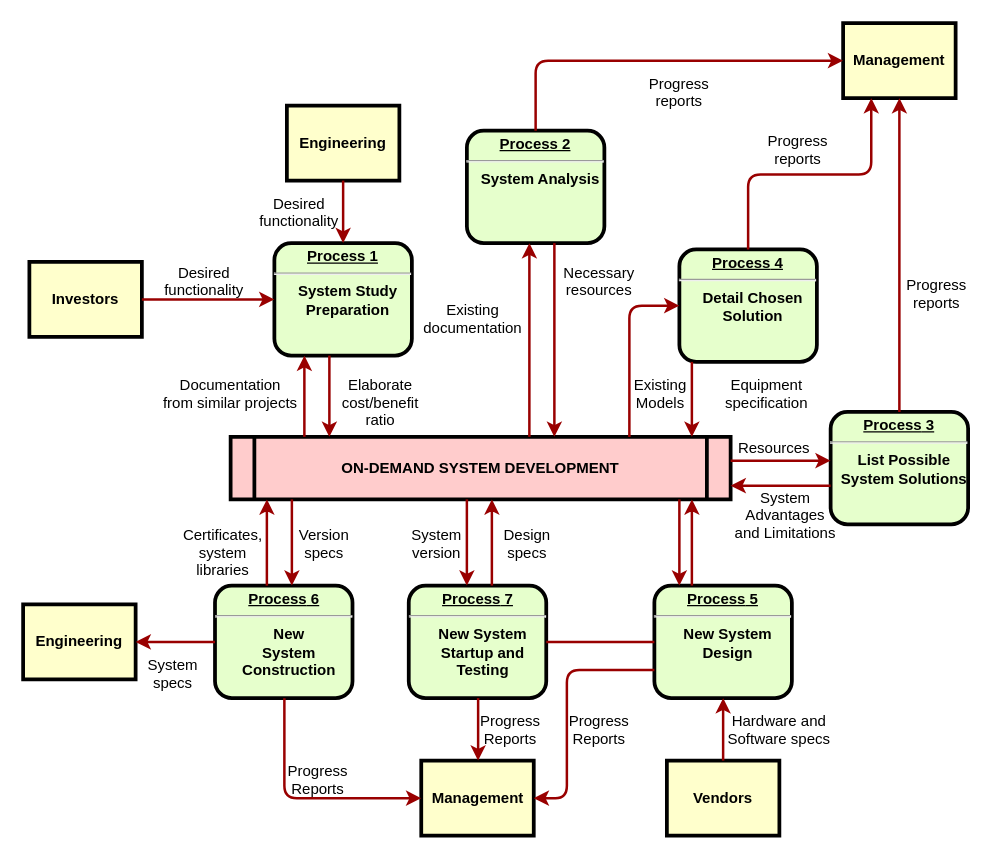
The draw.io diagram flow.drawio in hellocym/Flow_Illustrations, before the edit. Source tidied: cells renumbered, new cells numbered last; positions are measured from the earlier drawing's top-left corner, leaving out a move shared by most shapes. Both pictures are drawn from the tidied source at 125%, with x=0, y=0 at pixel (22, 22).
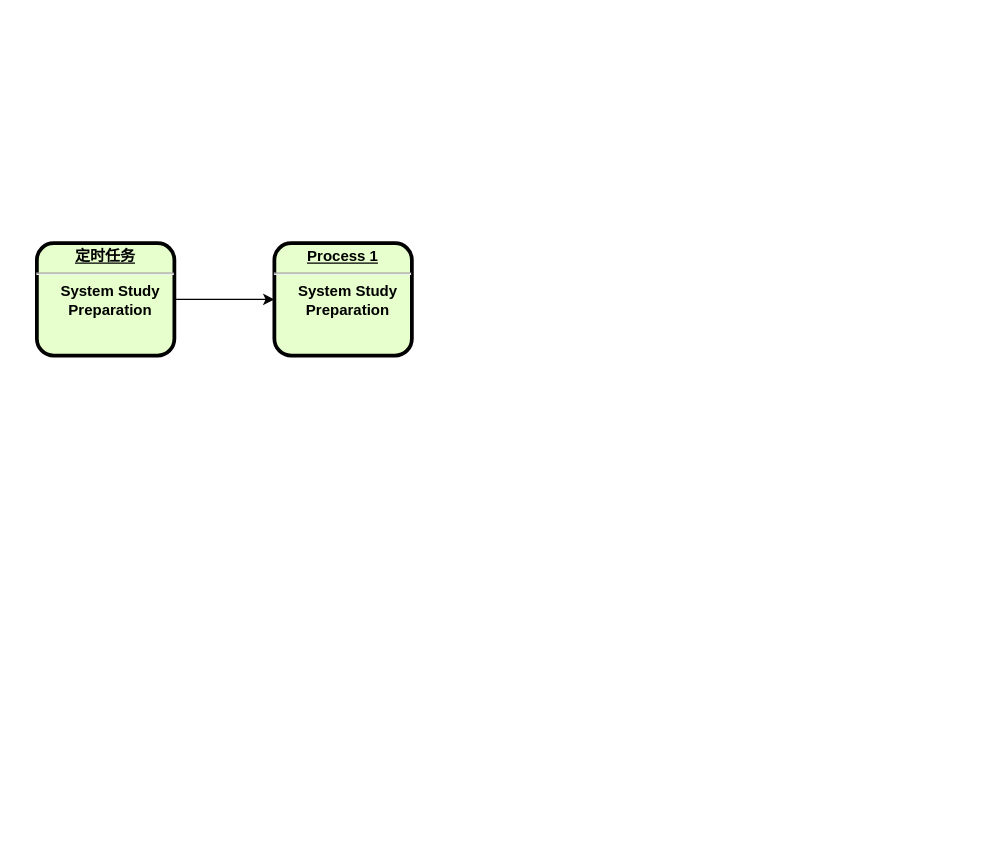
The same diagram, later.

Unchanged cells that the change refers to:
```xml
<mxCell id="2" value="&lt;p style=&quot;margin: 0px; margin-top: 4px; text-align: center; text-decoration: underline;&quot;&gt;&lt;strong&gt;Process 1&lt;br /&gt;&lt;/strong&gt;&lt;/p&gt;&lt;hr /&gt;&lt;p style=&quot;margin: 0px; margin-left: 8px;&quot;&gt;System Study&lt;/p&gt;&lt;p style=&quot;margin: 0px; margin-left: 8px;&quot;&gt;Preparation&lt;/p&gt;" style="verticalAlign=middle;align=center;overflow=fill;fontSize=12;fontFamily=Helvetica;html=1;rounded=1;fontStyle=1;strokeWidth=3;fillColor=#E6FFCC;" parent="1" vertex="1">
  <mxGeometry x="201" y="176" width="110" height="90" as="geometry" />
</mxCell>
```

Change to the diagram source:
```diff
@@
+    <mxCell id="63" style="edgeStyle=orthogonalEdgeStyle;rounded=0;jettySize=auto;html=1;" parent="1" edge="1" source="64" target="2">
+      <mxGeometry relative="1" as="geometry" />
+    </mxCell>
+    <mxCell id="64" value="&lt;p style=&quot;margin: 0px; margin-top: 4px; text-align: center; text-decoration: underline;&quot;&gt;定时任务&lt;/p&gt;&lt;hr&gt;&lt;p style=&quot;margin: 0px; margin-left: 8px;&quot;&gt;System Study&lt;/p&gt;&lt;p style=&quot;margin: 0px; margin-left: 8px;&quot;&gt;Preparation&lt;/p&gt;" style="verticalAlign=middle;align=center;overflow=fill;fontSize=12;fontFamily=Helvetica;html=1;rounded=1;fontStyle=1;strokeWidth=3;fillColor=#E6FFCC;" parent="1" vertex="1">
+      <mxGeometry x="11" y="176" width="110" height="90" as="geometry" />
+    </mxCell>
@@
-    <mxCell id="3" value="Engineering" style="whiteSpace=wrap;align=center;verticalAlign=middle;fontStyle=1;strokeWidth=3;fillColor=#FFFFCC;" parent="1" vertex="1">
-      <mxGeometry x="211" y="66" width="90" height="60" as="geometry" />
-    </mxCell>
-    <mxCell id="4" value="Investors" style="whiteSpace=wrap;align=center;verticalAlign=middle;fontStyle=1;strokeWidth=3;fillColor=#FFFFCC;" parent="1" vertex="1">
-      <mxGeometry x="5" y="191" width="90" height="60" as="geometry" />
-    </mxCell>
-    <mxCell id="5" value="ON-DEMAND SYSTEM DEVELOPMENT" style="shape=process;whiteSpace=wrap;align=center;verticalAlign=middle;size=0.0475;fontStyle=1;strokeWidth=3;fillColor=#FFCCCC;" parent="1" vertex="1">
-      <mxGeometry x="166" y="331" width="400" height="50" as="geometry" />
-    </mxCell>
-    <mxCell id="6" value="&lt;p style=&quot;margin: 0px; margin-top: 4px; text-align: center; text-decoration: underline;&quot;&gt;&lt;strong&gt;Process 2&lt;br /&gt;&lt;/strong&gt;&lt;/p&gt;&lt;hr /&gt;&lt;p style=&quot;margin: 0px; margin-left: 8px;&quot;&gt;System Analysis&lt;/p&gt;" style="verticalAlign=middle;align=center;overflow=fill;fontSize=12;fontFamily=Helvetica;html=1;rounded=1;fontStyle=1;strokeWidth=3;fillColor=#E6FFCC;" parent="1" vertex="1">
-      <mxGeometry x="355" y="86" width="110" height="90" as="geometry" />
-    </mxCell>
-    <mxCell id="7" value="&lt;p style=&quot;margin: 0px; margin-top: 4px; text-align: center; text-decoration: underline;&quot;&gt;&lt;strong&gt;&lt;strong&gt;Process&lt;/strong&gt; 3&lt;br /&gt;&lt;/strong&gt;&lt;/p&gt;&lt;hr /&gt;&lt;p style=&quot;margin: 0px; margin-left: 8px;&quot;&gt;List Possible&lt;/p&gt;&lt;p style=&quot;margin: 0px; margin-left: 8px;&quot;&gt;System Solutions&lt;/p&gt;" style="verticalAlign=middle;align=center;overflow=fill;fontSize=12;fontFamily=Helvetica;html=1;rounded=1;fontStyle=1;strokeWidth=3;fillColor=#E6FFCC;" parent="1" vertex="1">
-      <mxGeometry x="646" y="311" width="110" height="90" as="geometry" />
-    </mxCell>
-    <mxCell id="8" value="&lt;p style=&quot;margin: 0px; margin-top: 4px; text-align: center; text-decoration: underline;&quot;&gt;&lt;strong&gt;&lt;strong&gt;Process&lt;/strong&gt; 4&lt;br /&gt;&lt;/strong&gt;&lt;/p&gt;&lt;hr /&gt;&lt;p style=&quot;margin: 0px; margin-left: 8px;&quot;&gt;Detail Chosen&lt;/p&gt;&lt;p style=&quot;margin: 0px; margin-left: 8px;&quot;&gt;Solution&lt;/p&gt;" style="verticalAlign=middle;align=center;overflow=fill;fontSize=12;fontFamily=Helvetica;html=1;rounded=1;fontStyle=1;strokeWidth=3;fillColor=#E6FFCC;" parent="1" vertex="1">
-      <mxGeometry x="525" y="181" width="110" height="90" as="geometry" />
-    </mxCell>
-    <mxCell id="9" value="&lt;p style=&quot;margin: 0px; margin-top: 4px; text-align: center; text-decoration: underline;&quot;&gt;&lt;strong&gt;&lt;strong&gt;Process&lt;/strong&gt; 5&lt;br /&gt;&lt;/strong&gt;&lt;/p&gt;&lt;hr /&gt;&lt;p style=&quot;margin: 0px; margin-left: 8px;&quot;&gt;New System&lt;/p&gt;&lt;p style=&quot;margin: 0px; margin-left: 8px;&quot;&gt;Design&lt;/p&gt;" style="verticalAlign=middle;align=center;overflow=fill;fontSize=12;fontFamily=Helvetica;html=1;rounded=1;fontStyle=1;strokeWidth=3;fillColor=#E6FFCC;" parent="1" vertex="1">
-      <mxGeometry x="505" y="450" width="110" height="90" as="geometry" />
-    </mxCell>
-    <mxCell id="10" value="&lt;p style=&quot;margin: 0px; margin-top: 4px; text-align: center; text-decoration: underline;&quot;&gt;&lt;strong&gt;&lt;strong&gt;Process&lt;/strong&gt; 6&lt;br /&gt;&lt;/strong&gt;&lt;/p&gt;&lt;hr /&gt;&lt;p style=&quot;margin: 0px; margin-left: 8px;&quot;&gt;New&lt;/p&gt;&lt;p style=&quot;margin: 0px; margin-left: 8px;&quot;&gt;System&lt;/p&gt;&lt;p style=&quot;margin: 0px; margin-left: 8px;&quot;&gt;Construction&lt;/p&gt;" style="verticalAlign=middle;align=center;overflow=fill;fontSize=12;fontFamily=Helvetica;html=1;rounded=1;fontStyle=1;strokeWidth=3;fillColor=#E6FFCC;" parent="1" vertex="1">
-      <mxGeometry x="153.5" y="450" width="110" height="90" as="geometry" />
-    </mxCell>
-    <mxCell id="11" value="Management" style="whiteSpace=wrap;align=center;verticalAlign=middle;fontStyle=1;strokeWidth=3;fillColor=#FFFFCC;" parent="1" vertex="1">
-      <mxGeometry x="656" width="90" height="60" as="geometry" />
-    </mxCell>
-    <mxCell id="12" value="Management" style="whiteSpace=wrap;align=center;verticalAlign=middle;fontStyle=1;strokeWidth=3;fillColor=#FFFFCC;" parent="1" vertex="1">
-      <mxGeometry x="318.5" y="590" width="90" height="60" as="geometry" />
-    </mxCell>
-    <mxCell id="13" value="Engineering" style="whiteSpace=wrap;align=center;verticalAlign=middle;fontStyle=1;strokeWidth=3;fillColor=#FFFFCC;" parent="1" vertex="1">
-      <mxGeometry y="465" width="90" height="60" as="geometry" />
-    </mxCell>
-    <mxCell id="14" value="Vendors" style="whiteSpace=wrap;align=center;verticalAlign=middle;fontStyle=1;strokeWidth=3;fillColor=#FFFFCC;" parent="1" vertex="1">
-      <mxGeometry x="515" y="590" width="90" height="60" as="geometry" />
-    </mxCell>
-    <mxCell id="15" style="edgeStyle=none;noEdgeStyle=1;strokeColor=#990000;strokeWidth=2;" parent="1" edge="1" source="3" target="2">
-      <mxGeometry relative="1" as="geometry" />
-    </mxCell>
-    <mxCell id="16" style="edgeStyle=none;noEdgeStyle=1;strokeColor=#990000;strokeWidth=2;" parent="1" edge="1" source="4" target="2">
-      <mxGeometry relative="1" as="geometry" />
-    </mxCell>
-    <mxCell id="17" value="&lt;p style=&quot;margin: 0px; margin-top: 4px; text-align: center; text-decoration: underline;&quot;&gt;&lt;strong&gt;&lt;strong&gt;Process&lt;/strong&gt; 7&lt;br /&gt;&lt;/strong&gt;&lt;/p&gt;&lt;hr /&gt;&lt;p style=&quot;margin: 0px; margin-left: 8px;&quot;&gt;New System&lt;/p&gt;&lt;p style=&quot;margin: 0px; margin-left: 8px;&quot;&gt;Startup and&lt;/p&gt;&lt;p style=&quot;margin: 0px; margin-left: 8px;&quot;&gt;Testing&lt;/p&gt;" style="verticalAlign=middle;align=center;overflow=fill;fontSize=12;fontFamily=Helvetica;html=1;rounded=1;fontStyle=1;strokeWidth=3;fillColor=#E6FFCC;" parent="1" vertex="1">
-      <mxGeometry x="308.5" y="450" width="110" height="90" as="geometry" />
-    </mxCell>
-    <mxCell id="18" style="endArrow=none;noEdgeStyle=1;strokeColor=#990000;strokeWidth=2;" parent="1" edge="1" source="9" target="17">
-      <mxGeometry relative="1" as="geometry" />
-    </mxCell>
-    <mxCell id="19" value="Desired &#10;functionality" style="text;spacingTop=-5;align=center;" parent="1" vertex="1">
-      <mxGeometry x="130" y="191" width="30" height="20" as="geometry" />
-    </mxCell>
-    <mxCell id="20" value="Desired &#10;functionality" style="text;spacingTop=-5;align=center;" parent="1" vertex="1">
-      <mxGeometry x="206" y="136" width="30" height="20" as="geometry" />
-    </mxCell>
-    <mxCell id="21" value="Documentation&#10;from similar projects" style="text;spacingTop=-5;align=center;" parent="1" vertex="1">
-      <mxGeometry x="151" y="281" width="30" height="20" as="geometry" />
-    </mxCell>
-    <mxCell id="22" style="edgeStyle=elbowEdgeStyle;elbow=horizontal;strokeColor=#990000;strokeWidth=2;" parent="1" edge="1" source="5" target="2">
-      <mxGeometry relative="1" as="geometry">
-        <Array as="points">
-          <mxPoint x="225" y="310" />
-        </Array>
-      </mxGeometry>
-    </mxCell>
-    <mxCell id="23" style="edgeStyle=elbowEdgeStyle;elbow=horizontal;strokeColor=#990000;strokeWidth=2;" parent="1" edge="1" source="2" target="5">
-      <mxGeometry relative="1" as="geometry">
-        <Array as="points">
-          <mxPoint x="245" y="300" />
-        </Array>
-      </mxGeometry>
-    </mxCell>
-    <mxCell id="24" value="Elaborate&#10;cost/benefit&#10;ratio" style="text;spacingTop=-5;align=center;" parent="1" vertex="1">
-      <mxGeometry x="271" y="281" width="30" height="20" as="geometry" />
-    </mxCell>
-    <mxCell id="25" style="edgeStyle=elbowEdgeStyle;elbow=horizontal;strokeColor=#990000;strokeWidth=2;" parent="1" edge="1" source="5" target="6">
-      <mxGeometry relative="1" as="geometry">
-        <Array as="points">
-          <mxPoint x="405" y="250" />
-        </Array>
-      </mxGeometry>
-    </mxCell>
-    <mxCell id="26" style="edgeStyle=elbowEdgeStyle;elbow=horizontal;strokeColor=#990000;strokeWidth=2;" parent="1" edge="1" source="6" target="5">
-      <mxGeometry relative="1" as="geometry">
-        <Array as="points">
-          <mxPoint x="425" y="260" />
-        </Array>
-      </mxGeometry>
-    </mxCell>
-    <mxCell id="27" value="Existing&#10;documentation" style="text;spacingTop=-5;align=center;" parent="1" vertex="1">
-      <mxGeometry x="345" y="221" width="30" height="20" as="geometry" />
-    </mxCell>
-    <mxCell id="28" value="Necessary&#10;resources" style="text;spacingTop=-5;align=center;" parent="1" vertex="1">
-      <mxGeometry x="446" y="191" width="30" height="20" as="geometry" />
-    </mxCell>
-    <mxCell id="29" value="Progress&#10;reports" style="text;spacingTop=-5;align=center;" parent="1" vertex="1">
-      <mxGeometry x="510" y="40" width="30" height="20" as="geometry" />
-    </mxCell>
-    <mxCell id="30" value="Progress&#10;reports" style="text;spacingTop=-5;align=center;" parent="1" vertex="1">
-      <mxGeometry x="605" y="86" width="30" height="20" as="geometry" />
-    </mxCell>
-    <mxCell id="31" value="Progress&#10;reports" style="text;spacingTop=-5;align=center;" parent="1" vertex="1">
-      <mxGeometry x="716" y="201" width="30" height="20" as="geometry" />
-    </mxCell>
-    <mxCell id="32" style="edgeStyle=elbowEdgeStyle;elbow=horizontal;strokeColor=#990000;strokeWidth=2;" parent="1" edge="1" source="6" target="11">
-      <mxGeometry relative="1" as="geometry">
-        <Array as="points">
-          <mxPoint x="410" y="80" />
-        </Array>
-      </mxGeometry>
-    </mxCell>
-    <mxCell id="33" style="edgeStyle=elbowEdgeStyle;elbow=vertical;entryX=0.25;entryY=1;strokeColor=#990000;strokeWidth=2;" parent="1" edge="1" source="8" target="11">
-      <mxGeometry relative="1" as="geometry" />
-    </mxCell>
-    <mxCell id="34" style="edgeStyle=elbowEdgeStyle;elbow=horizontal;strokeColor=#990000;strokeWidth=2;" parent="1" edge="1" source="7" target="11">
-      <mxGeometry relative="1" as="geometry" />
-    </mxCell>
-    <mxCell id="35" style="edgeStyle=elbowEdgeStyle;elbow=horizontal;strokeColor=#990000;strokeWidth=2;" parent="1" edge="1" source="8" target="5">
-      <mxGeometry relative="1" as="geometry">
-        <Array as="points">
-          <mxPoint x="535" y="300" />
-        </Array>
-      </mxGeometry>
-    </mxCell>
-    <mxCell id="36" style="edgeStyle=segmentEdgeStyle;strokeColor=#990000;strokeWidth=2;" parent="1" edge="1" source="5" target="8">
-      <mxGeometry relative="1" as="geometry">
-        <Array as="points">
-          <mxPoint x="485" y="226" />
-        </Array>
-      </mxGeometry>
-    </mxCell>
-    <mxCell id="37" value="Existing&#10;Models" style="text;spacingTop=-5;align=center;" parent="1" vertex="1">
-      <mxGeometry x="495" y="281" width="30" height="20" as="geometry" />
-    </mxCell>
-    <mxCell id="38" value="Equipment&#10;specification" style="text;spacingTop=-5;align=center;" parent="1" vertex="1">
-      <mxGeometry x="580" y="281" width="30" height="20" as="geometry" />
-    </mxCell>
-    <mxCell id="39" style="edgeStyle=elbowEdgeStyle;elbow=vertical;strokeColor=#990000;strokeWidth=2;" parent="1" edge="1" source="5" target="7">
-      <mxGeometry relative="1" as="geometry">
-        <Array as="points">
-          <mxPoint x="615" y="350" />
-        </Array>
-      </mxGeometry>
-    </mxCell>
-    <mxCell id="40" style="edgeStyle=elbowEdgeStyle;elbow=vertical;strokeColor=#990000;strokeWidth=2;" parent="1" edge="1" source="7" target="5">
-      <mxGeometry relative="1" as="geometry">
-        <Array as="points">
-          <mxPoint x="615" y="370" />
-        </Array>
-      </mxGeometry>
-    </mxCell>
-    <mxCell id="41" value="Resources" style="text;spacingTop=-5;align=center;" parent="1" vertex="1">
-      <mxGeometry x="586" y="331" width="30" height="20" as="geometry" />
-    </mxCell>
-    <mxCell id="42" value="System &#10;Advantages &#10;and Limitations" style="text;spacingTop=-5;align=center;" parent="1" vertex="1">
-      <mxGeometry x="595" y="371" width="30" height="20" as="geometry" />
-    </mxCell>
-    <mxCell id="43" style="edgeStyle=elbowEdgeStyle;elbow=horizontal;strokeColor=#990000;strokeWidth=2;" parent="1" edge="1" source="9" target="5">
-      <mxGeometry relative="1" as="geometry">
-        <Array as="points">
-          <mxPoint x="535" y="410" />
-        </Array>
-      </mxGeometry>
-    </mxCell>
-    <mxCell id="44" style="edgeStyle=elbowEdgeStyle;elbow=horizontal;strokeColor=#990000;strokeWidth=2;" parent="1" edge="1" source="5" target="9">
-      <mxGeometry relative="1" as="geometry">
-        <Array as="points">
-          <mxPoint x="525" y="420" />
-        </Array>
-      </mxGeometry>
-    </mxCell>
-    <mxCell id="45" style="edgeStyle=elbowEdgeStyle;elbow=horizontal;strokeColor=#990000;strokeWidth=2;" parent="1" edge="1" source="14" target="9">
-      <mxGeometry relative="1" as="geometry" />
-    </mxCell>
-    <mxCell id="46" value="Hardware and&#10;Software specs" style="text;spacingTop=-5;align=center;" parent="1" vertex="1">
-      <mxGeometry x="590" y="550" width="30" height="20" as="geometry" />
-    </mxCell>
-    <mxCell id="47" style="edgeStyle=elbowEdgeStyle;elbow=horizontal;exitX=0;exitY=0.75;strokeColor=#990000;strokeWidth=2;" parent="1" edge="1" source="9" target="12">
-      <mxGeometry relative="1" as="geometry">
-        <Array as="points">
-          <mxPoint x="435" y="570" />
-        </Array>
-      </mxGeometry>
-    </mxCell>
-    <mxCell id="48" value="Progress&#10;Reports" style="text;spacingTop=-5;align=center;" parent="1" vertex="1">
-      <mxGeometry x="446" y="550" width="30" height="20" as="geometry" />
-    </mxCell>
-    <mxCell id="49" style="edgeStyle=elbowEdgeStyle;elbow=horizontal;strokeColor=#990000;strokeWidth=2;" parent="1" edge="1" source="17" target="12">
-      <mxGeometry relative="1" as="geometry" />
-    </mxCell>
-    <mxCell id="50" value="Progress&#10;Reports" style="text;spacingTop=-5;align=center;" parent="1" vertex="1">
-      <mxGeometry x="375" y="550" width="30" height="20" as="geometry" />
-    </mxCell>
-    <mxCell id="51" style="edgeStyle=elbowEdgeStyle;elbow=horizontal;strokeColor=#990000;strokeWidth=2;" parent="1" edge="1" source="10" target="12">
-      <mxGeometry relative="1" as="geometry">
-        <Array as="points">
-          <mxPoint x="209" y="570" />
-        </Array>
-      </mxGeometry>
-    </mxCell>
-    <mxCell id="52" value="Progress&#10;Reports" style="text;spacingTop=-5;align=center;" parent="1" vertex="1">
-      <mxGeometry x="221" y="590" width="30" height="20" as="geometry" />
-    </mxCell>
-    <mxCell id="53" style="edgeStyle=elbowEdgeStyle;elbow=vertical;strokeColor=#990000;strokeWidth=2;" parent="1" edge="1" source="10" target="13">
-      <mxGeometry relative="1" as="geometry" />
-    </mxCell>
-    <mxCell id="54" style="edgeStyle=elbowEdgeStyle;elbow=horizontal;strokeColor=#990000;strokeWidth=2;" parent="1" edge="1" source="5" target="17">
-      <mxGeometry relative="1" as="geometry">
-        <Array as="points">
-          <mxPoint x="355" y="410" />
-        </Array>
-      </mxGeometry>
-    </mxCell>
-    <mxCell id="55" style="edgeStyle=elbowEdgeStyle;elbow=horizontal;strokeColor=#990000;strokeWidth=2;" parent="1" edge="1" source="17" target="5">
-      <mxGeometry relative="1" as="geometry">
-        <Array as="points">
-          <mxPoint x="375" y="410" />
-        </Array>
-      </mxGeometry>
-    </mxCell>
-    <mxCell id="56" value="Version&#10;specs" style="text;spacingTop=-5;align=center;" parent="1" vertex="1">
-      <mxGeometry x="226" y="401" width="30" height="20" as="geometry" />
-    </mxCell>
-    <mxCell id="57" value="Certificates,&#10;system&#10;libraries" style="text;spacingTop=-5;align=center;" parent="1" vertex="1">
-      <mxGeometry x="145" y="401" width="30" height="20" as="geometry" />
-    </mxCell>
-    <mxCell id="58" style="edgeStyle=elbowEdgeStyle;elbow=horizontal;strokeColor=#990000;strokeWidth=2;" parent="1" edge="1" source="5" target="10">
-      <mxGeometry relative="1" as="geometry">
-        <Array as="points">
-          <mxPoint x="215" y="410" />
-        </Array>
-      </mxGeometry>
-    </mxCell>
-    <mxCell id="59" style="edgeStyle=elbowEdgeStyle;elbow=horizontal;strokeColor=#990000;strokeWidth=2;" parent="1" edge="1" source="10" target="5">
-      <mxGeometry relative="1" as="geometry">
-        <Array as="points">
-          <mxPoint x="195" y="410" />
-        </Array>
-      </mxGeometry>
-    </mxCell>
-    <mxCell id="60" value="System&#10;specs" style="text;spacingTop=-5;align=center;" parent="1" vertex="1">
-      <mxGeometry x="105" y="505" width="30" height="20" as="geometry" />
-    </mxCell>
-    <mxCell id="61" value="Design&#10;specs" style="text;spacingTop=-5;align=center;" parent="1" vertex="1">
-      <mxGeometry x="388.5" y="401" width="30" height="20" as="geometry" />
-    </mxCell>
-    <mxCell id="62" value="System&#10;version" style="text;spacingTop=-5;align=center;" parent="1" vertex="1">
-      <mxGeometry x="316" y="401" width="30" height="20" as="geometry" />
-    </mxCell>
```
